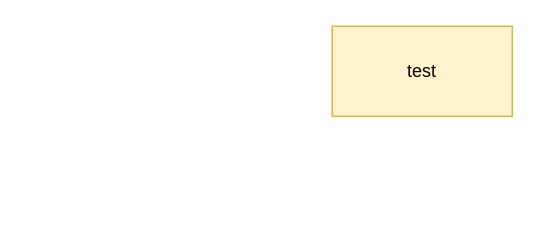
The draw.io diagram Untitled Diagram.drawio in whoseoyster/cs201, before the edit. Source tidied: cells renumbered, new cells numbered last; positions are measured from the earlier drawing's top-left corner, leaving out a move shared by most shapes. Both pictures are drawn from the tidied source at 150%, with x=0, y=0 at pixel (332, 26).
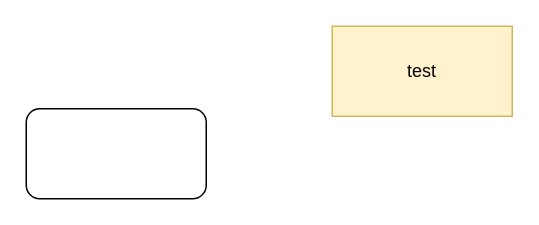
After the change.

What changed in the source:
```diff
@@
 <mxGraphModel>
   <root>
     <mxCell id="0" />
     <mxCell id="1" parent="0" />
     <mxCell id="2" value="test" style="rounded=0;whiteSpace=wrap;html=1;fillColor=#fff2cc;strokeColor=#d6b656;" parent="1" vertex="1">
       <mxGeometry width="120" height="60" as="geometry" />
     </mxCell>
+    <mxCell id="3" style="rounded=1;whiteSpace=wrap;html=1;" parent="1" vertex="1">
+      <mxGeometry x="-204" y="55" width="120" height="60" as="geometry" />
+    </mxCell>
   </root>
 </mxGraphModel>
```
